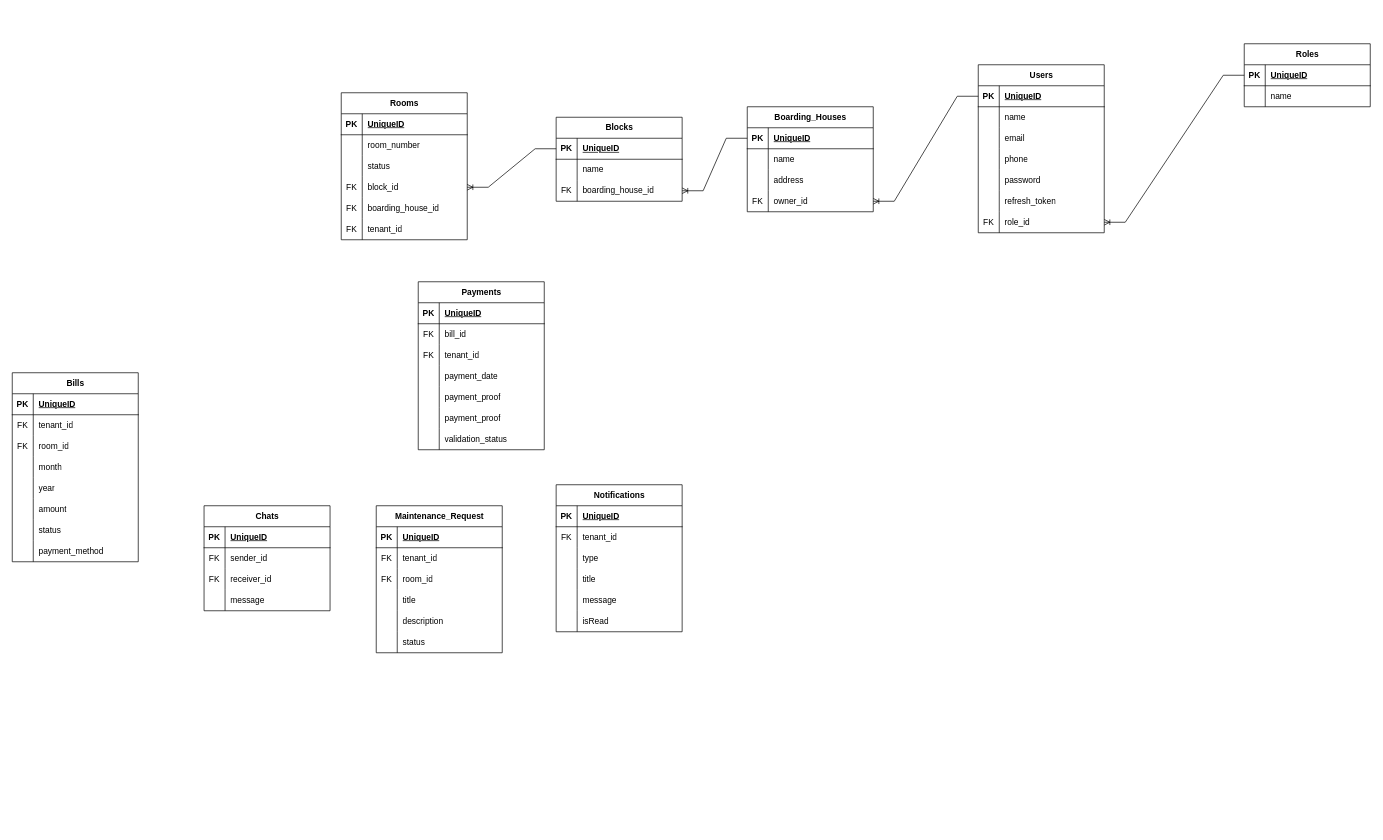
The draw.io diagram page "ERD" (2 of 2) of flow/Flow NexKos.drawio.xml in danurrizad/NexKos, before the edit. Source tidied: cells renumbered, new cells numbered last; positions are measured from the earlier drawing's top-left corner, leaving out a move shared by most shapes. Both pictures are drawn from the tidied source at 70%, with x=0, y=0 at pixel (12, 43).
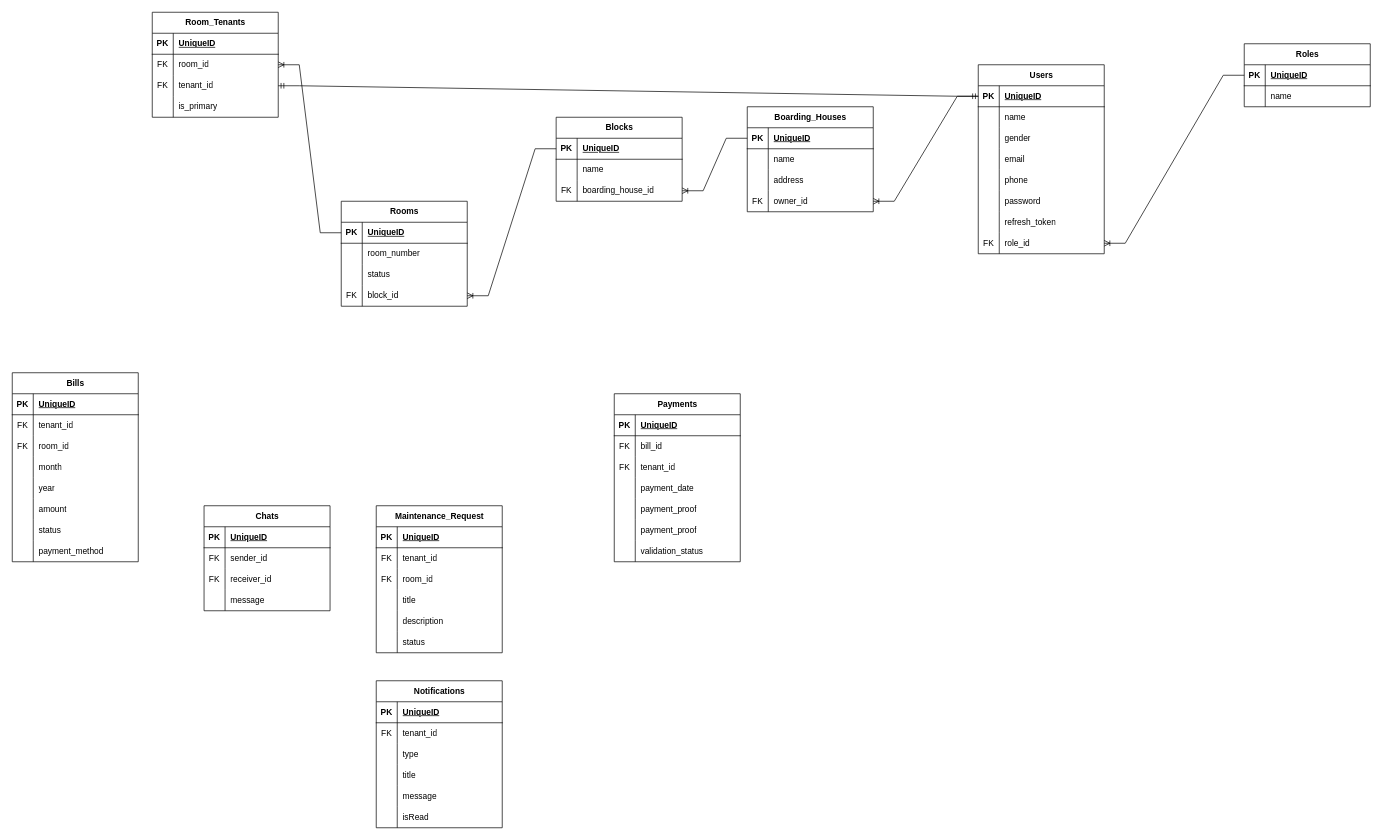
Above is the later version.

The change refers to these unchanged cells:
```xml
<mxCell id="3" style="shape=tableRow;horizontal=0;startSize=0;swimlaneHead=0;swimlaneBody=0;fillColor=none;points=[[0,0.5],[1,0.5]];portConstraint=eastwest;top=0;left=0;right=0;bottom=1;" parent="2" vertex="1">
  <mxGeometry y="30" width="180" height="30" as="geometry" />
</mxCell>
<mxCell id="25" style="shape=tableRow;horizontal=0;startSize=0;swimlaneHead=0;swimlaneBody=0;fillColor=none;points=[[0,0.5],[1,0.5]];portConstraint=eastwest;top=0;left=0;right=0;bottom=1;" parent="24" vertex="1">
  <mxGeometry y="30" width="180" height="30" as="geometry" />
</mxCell>
```

Change to the diagram source:
```diff
@@
     <mxCell id="2" value="Users" style="shape=table;startSize=30;childLayout=tableLayout;rowLines=0;fontStyle=1;align=center;html=1;" parent="1" vertex="1">
-      <mxGeometry x="1380" y="30" width="180" height="240" as="geometry" />
+      <mxGeometry x="1380" y="30" width="180" height="270" as="geometry" />
     </mxCell>
@@
+    <mxCell id="175" style="shape=tableRow;horizontal=0;startSize=0;swimlaneHead=0;swimlaneBody=0;fillColor=none;top=0;left=0;right=0;bottom=0;" parent="2" vertex="1">
+      <mxGeometry y="90" width="180" height="30" as="geometry" />
+    </mxCell>
+    <mxCell id="176" style="shape=partialRectangle;fillColor=none;top=0;left=0;bottom=0;right=0;overflow=hidden;whiteSpace=wrap;html=1;" parent="175" vertex="1">
+      <mxGeometry width="30" height="30" as="geometry" />
+    </mxCell>
+    <mxCell id="177" value="gender" style="shape=partialRectangle;fillColor=none;top=0;left=0;bottom=0;right=0;align=left;spacingLeft=6;overflow=hidden;whiteSpace=wrap;html=1;" parent="175" vertex="1">
+      <mxGeometry x="30" width="150" height="30" as="geometry" />
+    </mxCell>
     <mxCell id="9" style="shape=tableRow;horizontal=0;startSize=0;swimlaneHead=0;swimlaneBody=0;fillColor=none;top=0;left=0;right=0;bottom=0;" parent="2" vertex="1">
-      <mxGeometry y="90" width="180" height="30" as="geometry" />
+      <mxGeometry y="120" width="180" height="30" as="geometry" />
     </mxCell>
@@
     <mxCell id="12" style="shape=tableRow;horizontal=0;startSize=0;swimlaneHead=0;swimlaneBody=0;fillColor=none;top=0;left=0;right=0;bottom=0;" parent="2" vertex="1">
-      <mxGeometry y="120" width="180" height="30" as="geometry" />
+      <mxGeometry y="150" width="180" height="30" as="geometry" />
     </mxCell>
@@
     <mxCell id="15" style="shape=tableRow;horizontal=0;startSize=0;swimlaneHead=0;swimlaneBody=0;fillColor=none;top=0;left=0;right=0;bottom=0;" parent="2" vertex="1">
-      <mxGeometry y="150" width="180" height="30" as="geometry" />
+      <mxGeometry y="180" width="180" height="30" as="geometry" />
     </mxCell>
@@
     <mxCell id="18" style="shape=tableRow;horizontal=0;startSize=0;swimlaneHead=0;swimlaneBody=0;fillColor=none;top=0;left=0;right=0;bottom=0;" parent="2" vertex="1">
-      <mxGeometry y="180" width="180" height="30" as="geometry" />
+      <mxGeometry y="210" width="180" height="30" as="geometry" />
     </mxCell>
@@
     <mxCell id="21" style="shape=tableRow;horizontal=0;startSize=0;swimlaneHead=0;swimlaneBody=0;fillColor=none;points=[[0,0.5],[1,0.5]];portConstraint=eastwest;top=0;left=0;right=0;bottom=0;" parent="2" vertex="1">
-      <mxGeometry y="210" width="180" height="30" as="geometry" />
+      <mxGeometry y="240" width="180" height="30" as="geometry" />
     </mxCell>
@@
     <mxCell id="24" value="Rooms" style="shape=table;startSize=30;childLayout=tableLayout;rowLines=0;fontStyle=1;align=center;html=1;" parent="1" vertex="1">
-      <mxGeometry x="470" y="70" width="180" height="210" as="geometry" />
+      <mxGeometry x="470" y="225" width="180" height="150" as="geometry" />
     </mxCell>
@@
-    <mxCell id="31" style="shape=tableRow;horizontal=0;startSize=0;swimlaneHead=0;swimlaneBody=0;fillColor=none;top=0;left=0;right=0;bottom=0;" parent="24" vertex="1">
-      <mxGeometry y="90" width="180" height="30" as="geometry" />
-    </mxCell>
-    <mxCell id="32" style="shape=partialRectangle;fillColor=none;top=0;left=0;bottom=0;right=0;overflow=hidden;whiteSpace=wrap;html=1;" parent="31" vertex="1">
-      <mxGeometry width="30" height="30" as="geometry" />
-    </mxCell>
+    <mxCell id="178" style="shape=tableRow;horizontal=0;startSize=0;swimlaneHead=0;swimlaneBody=0;fillColor=none;top=0;left=0;right=0;bottom=0;" parent="24" vertex="1">
+      <mxGeometry y="90" width="180" height="30" as="geometry" />
+    </mxCell>
+    <mxCell id="179" style="shape=partialRectangle;fillColor=none;top=0;left=0;bottom=0;right=0;overflow=hidden;whiteSpace=wrap;html=1;" parent="178" vertex="1">
+      <mxGeometry width="30" height="30" as="geometry" />
+    </mxCell>
-    <mxCell id="33" value="status" style="shape=partialRectangle;fillColor=none;top=0;left=0;bottom=0;right=0;align=left;spacingLeft=6;overflow=hidden;whiteSpace=wrap;html=1;" parent="31" vertex="1">
+    <mxCell id="33" value="status" style="shape=partialRectangle;fillColor=none;top=0;left=0;bottom=0;right=0;align=left;spacingLeft=6;overflow=hidden;whiteSpace=wrap;html=1;" parent="178" vertex="1">
       <mxGeometry x="30" width="150" height="30" as="geometry" />
     </mxCell>
@@
-    <mxCell id="37" style="shape=tableRow;horizontal=0;startSize=0;swimlaneHead=0;swimlaneBody=0;fillColor=none;top=0;left=0;right=0;bottom=0;" parent="24" vertex="1">
-      <mxGeometry y="150" width="180" height="30" as="geometry" />
-    </mxCell>
-    <mxCell id="38" value="FK" style="shape=partialRectangle;fillColor=none;top=0;left=0;bottom=0;right=0;overflow=hidden;whiteSpace=wrap;html=1;" parent="37" vertex="1">
-      <mxGeometry width="30" height="30" as="geometry" />
-    </mxCell>
-    <mxCell id="39" value="boarding_house_id" style="shape=partialRectangle;fillColor=none;top=0;left=0;bottom=0;right=0;align=left;spacingLeft=6;overflow=hidden;whiteSpace=wrap;html=1;" parent="37" vertex="1">
-      <mxGeometry x="30" width="150" height="30" as="geometry" />
-    </mxCell>
-    <mxCell id="40" style="shape=tableRow;horizontal=0;startSize=0;swimlaneHead=0;swimlaneBody=0;fillColor=none;top=0;left=0;right=0;bottom=0;" parent="24" vertex="1">
-      <mxGeometry y="180" width="180" height="30" as="geometry" />
-    </mxCell>
-    <mxCell id="41" value="FK" style="shape=partialRectangle;fillColor=none;top=0;left=0;bottom=0;right=0;overflow=hidden;whiteSpace=wrap;html=1;" parent="40" vertex="1">
-      <mxGeometry width="30" height="30" as="geometry" />
-    </mxCell>
-    <mxCell id="42" value="tenant_id" style="shape=partialRectangle;fillColor=none;top=0;left=0;bottom=0;right=0;align=left;spacingLeft=6;overflow=hidden;whiteSpace=wrap;html=1;" parent="40" vertex="1">
-      <mxGeometry x="30" width="150" height="30" as="geometry" />
-    </mxCell>
@@
     <mxCell id="81" value="Payments" style="shape=table;startSize=30;childLayout=tableLayout;rowLines=0;fontStyle=1;align=center;html=1;" parent="1" vertex="1">
-      <mxGeometry x="580" y="340" width="180" height="240" as="geometry" />
+      <mxGeometry x="860" y="500" width="180" height="240" as="geometry" />
     </mxCell>
@@
     <mxCell id="103" value="Notifications" style="shape=table;startSize=30;childLayout=tableLayout;rowLines=0;fontStyle=1;align=center;html=1;" parent="1" vertex="1">
-      <mxGeometry x="777" y="630" width="180" height="210" as="geometry" />
+      <mxGeometry x="520" y="910" width="180" height="210" as="geometry" />
     </mxCell>
@@
+    <mxCell id="180" style="edgeStyle=entityRelationEdgeStyle;fontSize=12;html=1;endArrow=ERmandOne;startArrow=ERmandOne;rounded=0;" parent="1" edge="1" source="188" target="3">
+      <mxGeometry relative="1" as="geometry" />
+    </mxCell>
+    <mxCell id="181" value="Room_Tenants" style="shape=table;startSize=30;childLayout=tableLayout;rowLines=0;fontStyle=1;align=center;html=1;" parent="1" vertex="1">
+      <mxGeometry x="200" y="-45" width="180" height="150" as="geometry" />
+    </mxCell>
+    <mxCell id="182" style="shape=tableRow;horizontal=0;startSize=0;swimlaneHead=0;swimlaneBody=0;fillColor=none;top=0;left=0;right=0;bottom=1;" parent="181" vertex="1">
+      <mxGeometry y="30" width="180" height="30" as="geometry" />
+    </mxCell>
+    <mxCell id="183" value="PK" style="shape=partialRectangle;fillColor=none;top=0;left=0;bottom=0;right=0;fontStyle=1;overflow=hidden;whiteSpace=wrap;html=1;" parent="182" vertex="1">
+      <mxGeometry width="30" height="30" as="geometry" />
+    </mxCell>
+    <mxCell id="184" value="UniqueID" style="shape=partialRectangle;fillColor=none;top=0;left=0;bottom=0;right=0;align=left;spacingLeft=6;fontStyle=5;overflow=hidden;whiteSpace=wrap;html=1;" parent="182" vertex="1">
+      <mxGeometry x="30" width="150" height="30" as="geometry" />
+    </mxCell>
+    <mxCell id="185" style="shape=tableRow;horizontal=0;startSize=0;swimlaneHead=0;swimlaneBody=0;fillColor=none;points=[[0,0.5],[1,0.5]];portConstraint=eastwest;top=0;left=0;right=0;bottom=0;" parent="181" vertex="1">
+      <mxGeometry y="60" width="180" height="30" as="geometry" />
+    </mxCell>
+    <mxCell id="186" value="FK" style="shape=partialRectangle;fillColor=none;top=0;left=0;bottom=0;right=0;overflow=hidden;whiteSpace=wrap;html=1;" parent="185" vertex="1">
+      <mxGeometry width="30" height="30" as="geometry" />
+    </mxCell>
+    <mxCell id="187" value="room_id" style="shape=partialRectangle;fillColor=none;top=0;left=0;bottom=0;right=0;align=left;spacingLeft=6;overflow=hidden;whiteSpace=wrap;html=1;" parent="185" vertex="1">
+      <mxGeometry x="30" width="150" height="30" as="geometry" />
+    </mxCell>
+    <mxCell id="188" style="shape=tableRow;horizontal=0;startSize=0;swimlaneHead=0;swimlaneBody=0;fillColor=none;points=[[0,0.5],[1,0.5]];portConstraint=eastwest;top=0;left=0;right=0;bottom=0;" parent="181" vertex="1">
+      <mxGeometry y="90" width="180" height="30" as="geometry" />
+    </mxCell>
+    <mxCell id="189" value="FK" style="shape=partialRectangle;fillColor=none;top=0;left=0;bottom=0;right=0;overflow=hidden;whiteSpace=wrap;html=1;" parent="188" vertex="1">
+      <mxGeometry width="30" height="30" as="geometry" />
+    </mxCell>
+    <mxCell id="42" value="tenant_id" style="shape=partialRectangle;fillColor=none;top=0;left=0;bottom=0;right=0;align=left;spacingLeft=6;overflow=hidden;whiteSpace=wrap;html=1;" parent="188" vertex="1">
+      <mxGeometry x="30" width="150" height="30" as="geometry" />
+    </mxCell>
+    <mxCell id="190" style="shape=tableRow;horizontal=0;startSize=0;swimlaneHead=0;swimlaneBody=0;fillColor=none;top=0;left=0;right=0;bottom=0;" parent="181" vertex="1">
+      <mxGeometry y="120" width="180" height="30" as="geometry" />
+    </mxCell>
+    <mxCell id="191" style="shape=partialRectangle;fillColor=none;top=0;left=0;bottom=0;right=0;overflow=hidden;whiteSpace=wrap;html=1;" parent="190" vertex="1">
+      <mxGeometry width="30" height="30" as="geometry" />
+    </mxCell>
+    <mxCell id="192" value="is_primary" style="shape=partialRectangle;fillColor=none;top=0;left=0;bottom=0;right=0;align=left;spacingLeft=6;overflow=hidden;whiteSpace=wrap;html=1;" parent="190" vertex="1">
+      <mxGeometry x="30" width="150" height="30" as="geometry" />
+    </mxCell>
+    <mxCell id="193" style="edgeStyle=entityRelationEdgeStyle;fontSize=12;html=1;endArrow=ERoneToMany;rounded=0;" parent="1" edge="1" source="25" target="185">
+      <mxGeometry relative="1" as="geometry" />
+    </mxCell>
```
